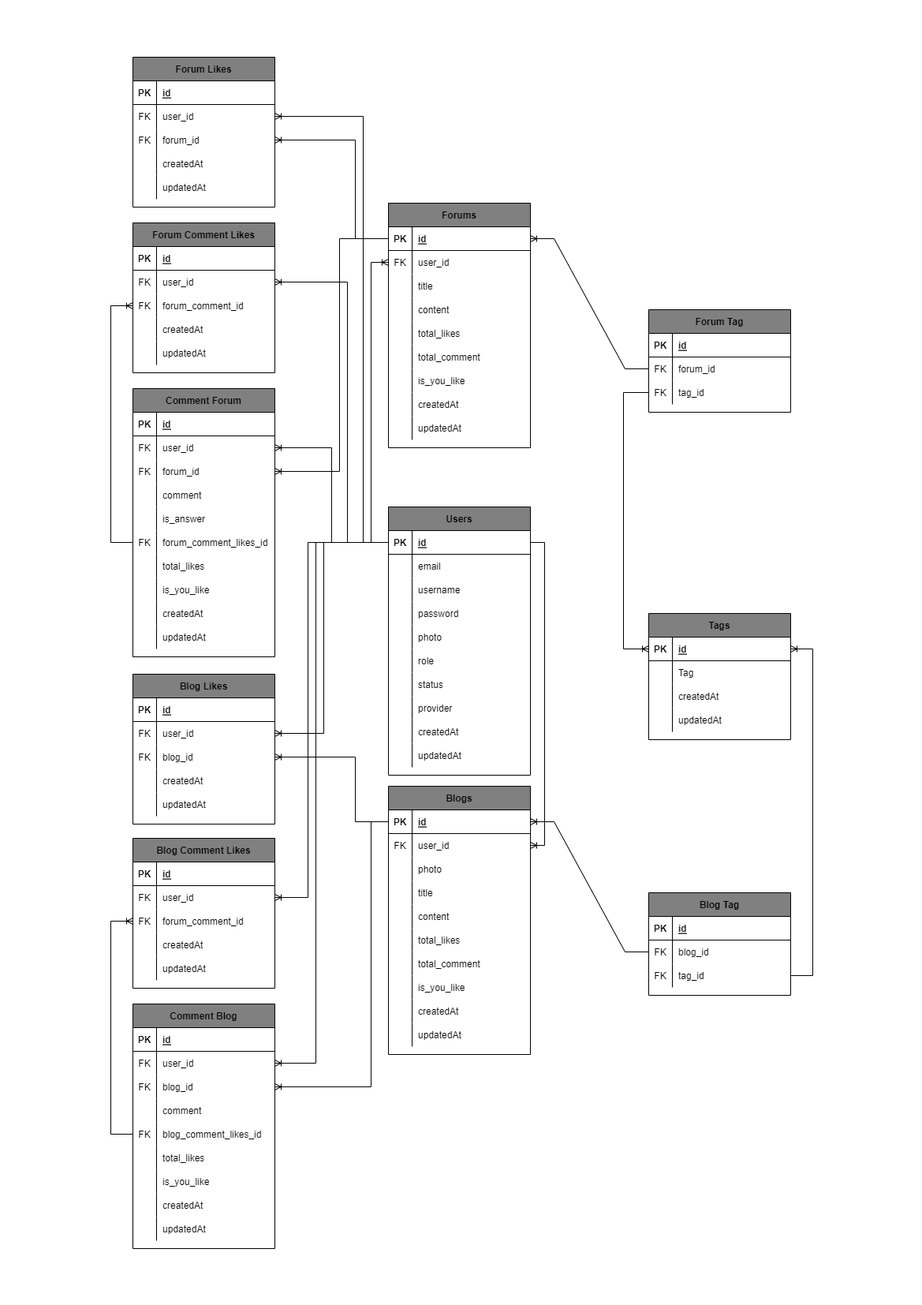
Before: assets/CodeIn-ERD.png, a diagram exported from draw.io (nikiaprian/anjay). Source tidied: cells renumbered, new cells last; positions are measured from the earlier drawing's top-left corner, leaving out a move shared by most shapes.
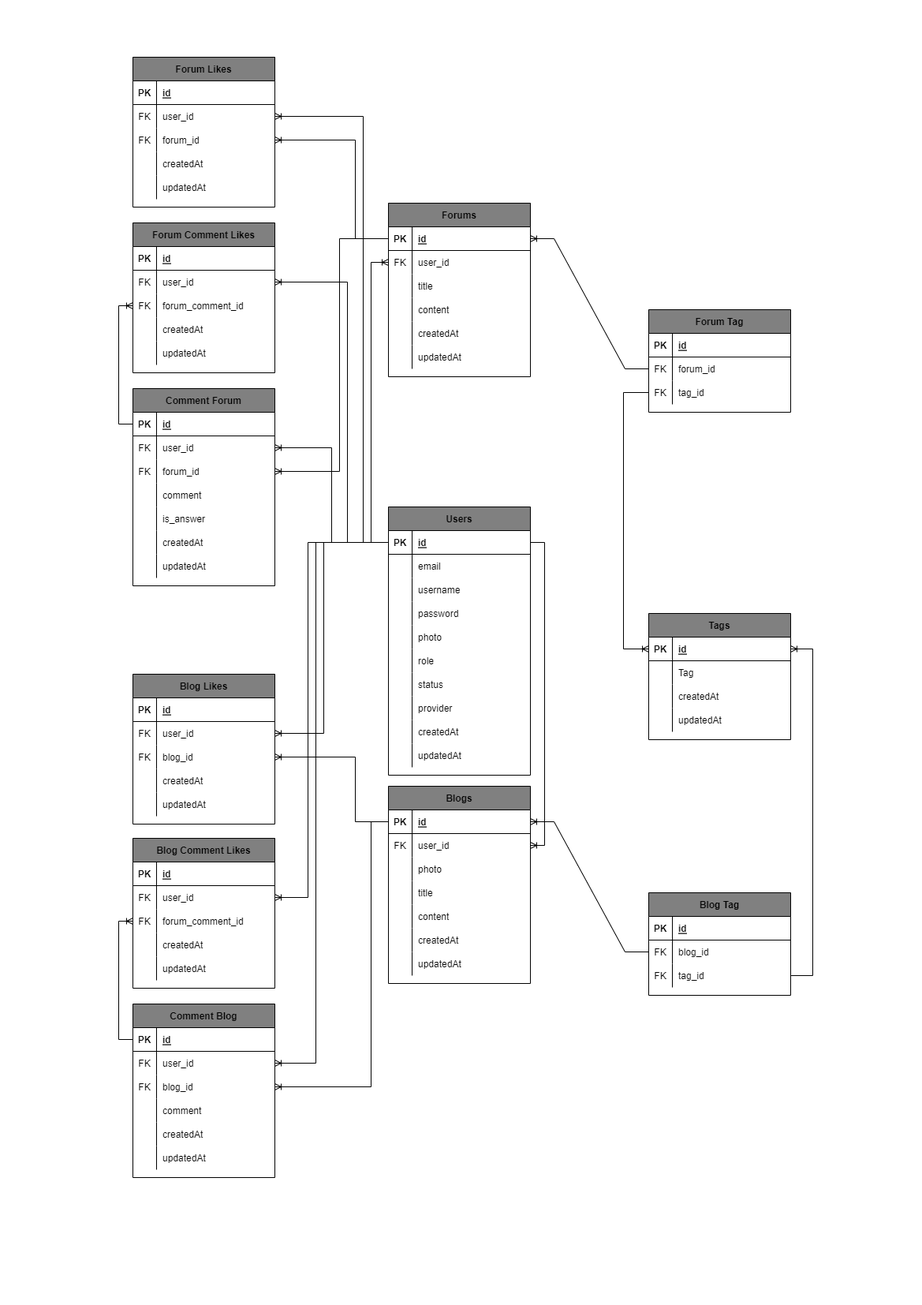
Later version of the same file.

Change to the diagram source:
```diff
@@ -96,7 +96,7 @@
       <mxGeometry x="30" width="150" height="30" as="geometry" />
     </mxCell>
     <mxCell id="33" value="Forums" style="shape=table;startSize=30;rowLines=0;fontStyle=1;align=center;fillColor=#808080;" parent="1" vertex="1">
-      <mxGeometry x="352" y="185" width="180" height="310" as="geometry" />
+      <mxGeometry x="352" y="185" width="180" height="220" as="geometry" />
     </mxCell>
     <mxCell id="34" style="shape=tableRow;horizontal=0;startSize=0;swimlaneHead=0;swimlaneBody=0;fillColor=none;points=[[0,0.5],[1,0.5]];portConstraint=eastwest;top=0;left=0;right=0;bottom=1;" parent="33" vertex="1">
       <mxGeometry y="30" width="180" height="30" as="geometry" />
@@ -134,35 +134,8 @@
     <mxCell id="45" value="content" style="shape=partialRectangle;fillColor=none;top=0;left=0;bottom=0;right=0;align=left;spacingLeft=6;overflow=hidden;" parent="43" vertex="1">
       <mxGeometry x="30" width="150" height="30" as="geometry" />
     </mxCell>
-    <mxCell id="46" style="shape=tableRow;horizontal=0;startSize=0;swimlaneHead=0;swimlaneBody=0;fillColor=none;top=0;left=0;right=0;bottom=0;" parent="33" vertex="1">
-      <mxGeometry y="150" width="180" height="30" as="geometry" />
-    </mxCell>
-    <mxCell id="47" style="shape=partialRectangle;fillColor=none;top=0;left=0;bottom=0;right=0;overflow=hidden;" parent="46" vertex="1">
-      <mxGeometry width="30" height="30" as="geometry" />
-    </mxCell>
-    <mxCell id="48" value="total_likes" style="shape=partialRectangle;fillColor=none;top=0;left=0;bottom=0;right=0;align=left;spacingLeft=6;overflow=hidden;" parent="46" vertex="1">
-      <mxGeometry x="30" width="150" height="30" as="geometry" />
-    </mxCell>
-    <mxCell id="49" style="shape=tableRow;horizontal=0;startSize=0;swimlaneHead=0;swimlaneBody=0;fillColor=none;top=0;left=0;right=0;bottom=0;" parent="33" vertex="1">
-      <mxGeometry y="180" width="180" height="30" as="geometry" />
-    </mxCell>
-    <mxCell id="50" style="shape=partialRectangle;fillColor=none;top=0;left=0;bottom=0;right=0;overflow=hidden;" parent="49" vertex="1">
-      <mxGeometry width="30" height="30" as="geometry" />
-    </mxCell>
-    <mxCell id="51" value="total_comment" style="shape=partialRectangle;fillColor=none;top=0;left=0;bottom=0;right=0;align=left;spacingLeft=6;overflow=hidden;" parent="49" vertex="1">
-      <mxGeometry x="30" width="150" height="30" as="geometry" />
-    </mxCell>
-    <mxCell id="52" style="shape=tableRow;horizontal=0;startSize=0;swimlaneHead=0;swimlaneBody=0;fillColor=none;top=0;left=0;right=0;bottom=0;" parent="33" vertex="1">
-      <mxGeometry y="210" width="180" height="30" as="geometry" />
-    </mxCell>
-    <mxCell id="53" style="shape=partialRectangle;fillColor=none;top=0;left=0;bottom=0;right=0;overflow=hidden;" parent="52" vertex="1">
-      <mxGeometry width="30" height="30" as="geometry" />
-    </mxCell>
-    <mxCell id="54" value="is_you_like" style="shape=partialRectangle;fillColor=none;top=0;left=0;bottom=0;right=0;align=left;spacingLeft=6;overflow=hidden;" parent="52" vertex="1">
-      <mxGeometry x="30" width="150" height="30" as="geometry" />
-    </mxCell>
     <mxCell id="55" style="shape=tableRow;horizontal=0;startSize=0;swimlaneHead=0;swimlaneBody=0;fillColor=none;top=0;left=0;right=0;bottom=0;" parent="33" vertex="1">
-      <mxGeometry y="240" width="180" height="30" as="geometry" />
+      <mxGeometry y="150" width="180" height="30" as="geometry" />
     </mxCell>
     <mxCell id="56" style="shape=partialRectangle;fillColor=none;top=0;left=0;bottom=0;right=0;overflow=hidden;" parent="55" vertex="1">
       <mxGeometry width="30" height="30" as="geometry" />
@@ -171,7 +144,7 @@
       <mxGeometry x="30" width="150" height="30" as="geometry" />
     </mxCell>
     <mxCell id="58" style="shape=tableRow;horizontal=0;startSize=0;swimlaneHead=0;swimlaneBody=0;fillColor=none;top=0;left=0;right=0;bottom=0;" parent="33" vertex="1">
-      <mxGeometry y="270" width="180" height="30" as="geometry" />
+      <mxGeometry y="180" width="180" height="30" as="geometry" />
     </mxCell>
     <mxCell id="59" style="shape=partialRectangle;fillColor=none;top=0;left=0;bottom=0;right=0;overflow=hidden;" parent="58" vertex="1">
       <mxGeometry width="30" height="30" as="geometry" />
@@ -180,7 +153,7 @@
       <mxGeometry x="30" width="150" height="30" as="geometry" />
     </mxCell>
     <mxCell id="61" value="Comment Forum" style="shape=table;startSize=30;rowLines=0;fontStyle=1;align=center;fillColor=#808080;" parent="1" vertex="1">
-      <mxGeometry x="28" y="420" width="180" height="340" as="geometry" />
+      <mxGeometry x="28" y="420" width="180" height="250" as="geometry" />
     </mxCell>
     <mxCell id="62" style="shape=tableRow;horizontal=0;startSize=0;swimlaneHead=0;swimlaneBody=0;fillColor=none;points=[[0,0.5],[1,0.5]];portConstraint=eastwest;top=0;left=0;right=0;bottom=1;" parent="61" vertex="1">
       <mxGeometry y="30" width="180" height="30" as="geometry" />
@@ -227,35 +200,8 @@
     <mxCell id="76" value="is_answer" style="shape=partialRectangle;fillColor=none;top=0;left=0;bottom=0;right=0;align=left;spacingLeft=6;overflow=hidden;" parent="74" vertex="1">
       <mxGeometry x="30" width="150" height="30" as="geometry" />
     </mxCell>
-    <mxCell id="77" style="shape=tableRow;horizontal=0;startSize=0;swimlaneHead=0;swimlaneBody=0;fillColor=none;points=[[0,0.5],[1,0.5]];portConstraint=eastwest;top=0;left=0;right=0;bottom=0;" parent="61" vertex="1">
-      <mxGeometry y="180" width="180" height="30" as="geometry" />
-    </mxCell>
-    <mxCell id="78" value="FK" style="shape=partialRectangle;fillColor=none;top=0;left=0;bottom=0;right=0;overflow=hidden;" parent="77" vertex="1">
-      <mxGeometry width="30" height="30" as="geometry" />
-    </mxCell>
-    <mxCell id="79" value="forum_comment_likes_id" style="shape=partialRectangle;fillColor=none;top=0;left=0;bottom=0;right=0;align=left;spacingLeft=6;overflow=hidden;" parent="77" vertex="1">
-      <mxGeometry x="30" width="150" height="30" as="geometry" />
-    </mxCell>
-    <mxCell id="80" style="shape=tableRow;horizontal=0;startSize=0;swimlaneHead=0;swimlaneBody=0;fillColor=none;top=0;left=0;right=0;bottom=0;" parent="61" vertex="1">
-      <mxGeometry y="210" width="180" height="30" as="geometry" />
-    </mxCell>
-    <mxCell id="81" style="shape=partialRectangle;fillColor=none;top=0;left=0;bottom=0;right=0;overflow=hidden;" parent="80" vertex="1">
-      <mxGeometry width="30" height="30" as="geometry" />
-    </mxCell>
-    <mxCell id="82" value="total_likes" style="shape=partialRectangle;fillColor=none;top=0;left=0;bottom=0;right=0;align=left;spacingLeft=6;overflow=hidden;" parent="80" vertex="1">
-      <mxGeometry x="30" width="150" height="30" as="geometry" />
-    </mxCell>
-    <mxCell id="83" style="shape=tableRow;horizontal=0;startSize=0;swimlaneHead=0;swimlaneBody=0;fillColor=none;top=0;left=0;right=0;bottom=0;" parent="61" vertex="1">
-      <mxGeometry y="240" width="180" height="30" as="geometry" />
-    </mxCell>
-    <mxCell id="84" style="shape=partialRectangle;fillColor=none;top=0;left=0;bottom=0;right=0;overflow=hidden;" parent="83" vertex="1">
-      <mxGeometry width="30" height="30" as="geometry" />
-    </mxCell>
-    <mxCell id="85" value="is_you_like" style="shape=partialRectangle;fillColor=none;top=0;left=0;bottom=0;right=0;align=left;spacingLeft=6;overflow=hidden;" parent="83" vertex="1">
-      <mxGeometry x="30" width="150" height="30" as="geometry" />
-    </mxCell>
     <mxCell id="86" style="shape=tableRow;horizontal=0;startSize=0;swimlaneHead=0;swimlaneBody=0;fillColor=none;top=0;left=0;right=0;bottom=0;" parent="61" vertex="1">
-      <mxGeometry y="270" width="180" height="30" as="geometry" />
+      <mxGeometry y="180" width="180" height="30" as="geometry" />
     </mxCell>
     <mxCell id="87" style="shape=partialRectangle;fillColor=none;top=0;left=0;bottom=0;right=0;overflow=hidden;" parent="86" vertex="1">
       <mxGeometry width="30" height="30" as="geometry" />
@@ -264,7 +210,7 @@
       <mxGeometry x="30" width="150" height="30" as="geometry" />
     </mxCell>
     <mxCell id="89" style="shape=tableRow;horizontal=0;startSize=0;swimlaneHead=0;swimlaneBody=0;fillColor=none;top=0;left=0;right=0;bottom=0;" parent="61" vertex="1">
-      <mxGeometry y="300" width="180" height="30" as="geometry" />
+      <mxGeometry y="210" width="180" height="30" as="geometry" />
     </mxCell>
     <mxCell id="90" style="shape=partialRectangle;fillColor=none;top=0;left=0;bottom=0;right=0;overflow=hidden;" parent="89" vertex="1">
       <mxGeometry width="30" height="30" as="geometry" />
@@ -438,7 +384,7 @@
       <mxGeometry x="30" width="150" height="30" as="geometry" />
     </mxCell>
     <mxCell id="147" value="Blogs" style="shape=table;startSize=30;rowLines=0;fontStyle=1;align=center;fillColor=#808080;" parent="1" vertex="1">
-      <mxGeometry x="352" y="924" width="180" height="340" as="geometry" />
+      <mxGeometry x="352" y="924" width="180" height="250" as="geometry" />
     </mxCell>
     <mxCell id="148" style="shape=tableRow;horizontal=0;startSize=0;swimlaneHead=0;swimlaneBody=0;fillColor=none;points=[[0,0.5],[1,0.5]];portConstraint=eastwest;top=0;left=0;right=0;bottom=1;" parent="147" vertex="1">
       <mxGeometry y="30" width="180" height="30" as="geometry" />
@@ -485,35 +431,8 @@
     <mxCell id="162" value="content" style="shape=partialRectangle;fillColor=none;top=0;left=0;bottom=0;right=0;align=left;spacingLeft=6;overflow=hidden;" parent="160" vertex="1">
       <mxGeometry x="30" width="150" height="30" as="geometry" />
     </mxCell>
-    <mxCell id="163" style="shape=tableRow;horizontal=0;startSize=0;swimlaneHead=0;swimlaneBody=0;fillColor=none;top=0;left=0;right=0;bottom=0;" parent="147" vertex="1">
-      <mxGeometry y="180" width="180" height="30" as="geometry" />
-    </mxCell>
-    <mxCell id="164" style="shape=partialRectangle;fillColor=none;top=0;left=0;bottom=0;right=0;overflow=hidden;" parent="163" vertex="1">
-      <mxGeometry width="30" height="30" as="geometry" />
-    </mxCell>
-    <mxCell id="165" value="total_likes" style="shape=partialRectangle;fillColor=none;top=0;left=0;bottom=0;right=0;align=left;spacingLeft=6;overflow=hidden;" parent="163" vertex="1">
-      <mxGeometry x="30" width="150" height="30" as="geometry" />
-    </mxCell>
-    <mxCell id="166" style="shape=tableRow;horizontal=0;startSize=0;swimlaneHead=0;swimlaneBody=0;fillColor=none;top=0;left=0;right=0;bottom=0;" parent="147" vertex="1">
-      <mxGeometry y="210" width="180" height="30" as="geometry" />
-    </mxCell>
-    <mxCell id="167" style="shape=partialRectangle;fillColor=none;top=0;left=0;bottom=0;right=0;overflow=hidden;" parent="166" vertex="1">
-      <mxGeometry width="30" height="30" as="geometry" />
-    </mxCell>
-    <mxCell id="168" value="total_comment" style="shape=partialRectangle;fillColor=none;top=0;left=0;bottom=0;right=0;align=left;spacingLeft=6;overflow=hidden;" parent="166" vertex="1">
-      <mxGeometry x="30" width="150" height="30" as="geometry" />
-    </mxCell>
-    <mxCell id="169" style="shape=tableRow;horizontal=0;startSize=0;swimlaneHead=0;swimlaneBody=0;fillColor=none;top=0;left=0;right=0;bottom=0;" parent="147" vertex="1">
-      <mxGeometry y="240" width="180" height="30" as="geometry" />
-    </mxCell>
-    <mxCell id="170" style="shape=partialRectangle;fillColor=none;top=0;left=0;bottom=0;right=0;overflow=hidden;" parent="169" vertex="1">
-      <mxGeometry width="30" height="30" as="geometry" />
-    </mxCell>
-    <mxCell id="171" value="is_you_like" style="shape=partialRectangle;fillColor=none;top=0;left=0;bottom=0;right=0;align=left;spacingLeft=6;overflow=hidden;" parent="169" vertex="1">
-      <mxGeometry x="30" width="150" height="30" as="geometry" />
-    </mxCell>
     <mxCell id="172" style="shape=tableRow;horizontal=0;startSize=0;swimlaneHead=0;swimlaneBody=0;fillColor=none;top=0;left=0;right=0;bottom=0;" parent="147" vertex="1">
-      <mxGeometry y="270" width="180" height="30" as="geometry" />
+      <mxGeometry y="180" width="180" height="30" as="geometry" />
     </mxCell>
     <mxCell id="173" style="shape=partialRectangle;fillColor=none;top=0;left=0;bottom=0;right=0;overflow=hidden;" parent="172" vertex="1">
       <mxGeometry width="30" height="30" as="geometry" />
@@ -522,7 +441,7 @@
       <mxGeometry x="30" width="150" height="30" as="geometry" />
     </mxCell>
     <mxCell id="175" style="shape=tableRow;horizontal=0;startSize=0;swimlaneHead=0;swimlaneBody=0;fillColor=none;top=0;left=0;right=0;bottom=0;" parent="147" vertex="1">
-      <mxGeometry y="300" width="180" height="30" as="geometry" />
+      <mxGeometry y="210" width="180" height="30" as="geometry" />
     </mxCell>
     <mxCell id="176" style="shape=partialRectangle;fillColor=none;top=0;left=0;bottom=0;right=0;overflow=hidden;" parent="175" vertex="1">
       <mxGeometry width="30" height="30" as="geometry" />
@@ -531,7 +450,7 @@
       <mxGeometry x="30" width="150" height="30" as="geometry" />
     </mxCell>
     <mxCell id="178" value="Comment Blog" style="shape=table;startSize=30;rowLines=0;fontStyle=1;align=center;fillColor=#808080;" parent="1" vertex="1">
-      <mxGeometry x="28" y="1200" width="180" height="310" as="geometry" />
+      <mxGeometry x="28" y="1200" width="180" height="220" as="geometry" />
     </mxCell>
     <mxCell id="179" style="shape=tableRow;horizontal=0;startSize=0;swimlaneHead=0;swimlaneBody=0;fillColor=none;points=[[0,0.5],[1,0.5]];portConstraint=eastwest;top=0;left=0;right=0;bottom=1;" parent="178" vertex="1">
       <mxGeometry y="30" width="180" height="30" as="geometry" />
@@ -569,35 +488,8 @@
     <mxCell id="190" value="comment" style="shape=partialRectangle;fillColor=none;top=0;left=0;bottom=0;right=0;align=left;spacingLeft=6;overflow=hidden;" parent="188" vertex="1">
       <mxGeometry x="30" width="150" height="30" as="geometry" />
     </mxCell>
-    <mxCell id="191" style="shape=tableRow;horizontal=0;startSize=0;swimlaneHead=0;swimlaneBody=0;fillColor=none;points=[[0,0.5],[1,0.5]];portConstraint=eastwest;top=0;left=0;right=0;bottom=0;" parent="178" vertex="1">
-      <mxGeometry y="150" width="180" height="30" as="geometry" />
-    </mxCell>
-    <mxCell id="192" value="FK" style="shape=partialRectangle;fillColor=none;top=0;left=0;bottom=0;right=0;overflow=hidden;" parent="191" vertex="1">
-      <mxGeometry width="30" height="30" as="geometry" />
-    </mxCell>
-    <mxCell id="193" value="blog_comment_likes_id" style="shape=partialRectangle;fillColor=none;top=0;left=0;bottom=0;right=0;align=left;spacingLeft=6;overflow=hidden;" parent="191" vertex="1">
-      <mxGeometry x="30" width="150" height="30" as="geometry" />
-    </mxCell>
-    <mxCell id="194" style="shape=tableRow;horizontal=0;startSize=0;swimlaneHead=0;swimlaneBody=0;fillColor=none;top=0;left=0;right=0;bottom=0;" parent="178" vertex="1">
-      <mxGeometry y="180" width="180" height="30" as="geometry" />
-    </mxCell>
-    <mxCell id="195" style="shape=partialRectangle;fillColor=none;top=0;left=0;bottom=0;right=0;overflow=hidden;" parent="194" vertex="1">
-      <mxGeometry width="30" height="30" as="geometry" />
-    </mxCell>
-    <mxCell id="196" value="total_likes" style="shape=partialRectangle;fillColor=none;top=0;left=0;bottom=0;right=0;align=left;spacingLeft=6;overflow=hidden;" parent="194" vertex="1">
-      <mxGeometry x="30" width="150" height="30" as="geometry" />
-    </mxCell>
-    <mxCell id="197" style="shape=tableRow;horizontal=0;startSize=0;swimlaneHead=0;swimlaneBody=0;fillColor=none;top=0;left=0;right=0;bottom=0;" parent="178" vertex="1">
-      <mxGeometry y="210" width="180" height="30" as="geometry" />
-    </mxCell>
-    <mxCell id="198" style="shape=partialRectangle;fillColor=none;top=0;left=0;bottom=0;right=0;overflow=hidden;" parent="197" vertex="1">
-      <mxGeometry width="30" height="30" as="geometry" />
-    </mxCell>
-    <mxCell id="199" value="is_you_like" style="shape=partialRectangle;fillColor=none;top=0;left=0;bottom=0;right=0;align=left;spacingLeft=6;overflow=hidden;" parent="197" vertex="1">
-      <mxGeometry x="30" width="150" height="30" as="geometry" />
-    </mxCell>
     <mxCell id="200" style="shape=tableRow;horizontal=0;startSize=0;swimlaneHead=0;swimlaneBody=0;fillColor=none;top=0;left=0;right=0;bottom=0;" parent="178" vertex="1">
-      <mxGeometry y="240" width="180" height="30" as="geometry" />
+      <mxGeometry y="150" width="180" height="30" as="geometry" />
     </mxCell>
     <mxCell id="201" style="shape=partialRectangle;fillColor=none;top=0;left=0;bottom=0;right=0;overflow=hidden;" parent="200" vertex="1">
       <mxGeometry width="30" height="30" as="geometry" />
@@ -606,7 +498,7 @@
       <mxGeometry x="30" width="150" height="30" as="geometry" />
     </mxCell>
     <mxCell id="203" style="shape=tableRow;horizontal=0;startSize=0;swimlaneHead=0;swimlaneBody=0;fillColor=none;top=0;left=0;right=0;bottom=0;" parent="178" vertex="1">
-      <mxGeometry y="270" width="180" height="30" as="geometry" />
+      <mxGeometry y="180" width="180" height="30" as="geometry" />
     </mxCell>
     <mxCell id="204" style="shape=partialRectangle;fillColor=none;top=0;left=0;bottom=0;right=0;overflow=hidden;" parent="203" vertex="1">
       <mxGeometry width="30" height="30" as="geometry" />
@@ -802,11 +694,11 @@
         </Array>
       </mxGeometry>
     </mxCell>
-    <mxCell id="257" style="edgeStyle=orthogonalEdgeStyle;fontSize=12;html=1;endArrow=ERoneToMany;rounded=0;exitX=0;exitY=0.5;exitDx=0;exitDy=0;entryX=0;entryY=0.5;entryDx=0;entryDy=0;" parent="1" edge="1" source="77" target="125">
+    <mxCell id="257" style="edgeStyle=orthogonalEdgeStyle;fontSize=12;html=1;endArrow=ERoneToMany;rounded=0;exitX=0;exitY=0.5;exitDx=0;exitDy=0;entryX=0;entryY=0.5;entryDx=0;entryDy=0;" parent="1" edge="1" source="62" target="125">
       <mxGeometry relative="1" as="geometry">
         <Array as="points">
-          <mxPoint y="615" />
-          <mxPoint y="315" />
+          <mxPoint x="10" y="465" />
+          <mxPoint x="10" y="315" />
         </Array>
       </mxGeometry>
     </mxCell>
@@ -837,11 +729,11 @@
         </Array>
       </mxGeometry>
     </mxCell>
-    <mxCell id="262" style="edgeStyle=orthogonalEdgeStyle;fontSize=12;html=1;endArrow=ERoneToMany;rounded=0;entryX=0;entryY=0.5;entryDx=0;entryDy=0;exitX=0;exitY=0.5;exitDx=0;exitDy=0;" parent="1" edge="1" source="191" target="239">
+    <mxCell id="262" style="edgeStyle=orthogonalEdgeStyle;fontSize=12;html=1;endArrow=ERoneToMany;rounded=0;entryX=0;entryY=0.5;entryDx=0;entryDy=0;exitX=0;exitY=0.5;exitDx=0;exitDy=0;" parent="1" edge="1" source="179" target="239">
       <mxGeometry relative="1" as="geometry">
         <Array as="points">
-          <mxPoint y="1365" />
-          <mxPoint y="1095" />
+          <mxPoint x="10" y="1245" />
+          <mxPoint x="10" y="1095" />
         </Array>
       </mxGeometry>
     </mxCell>
```
